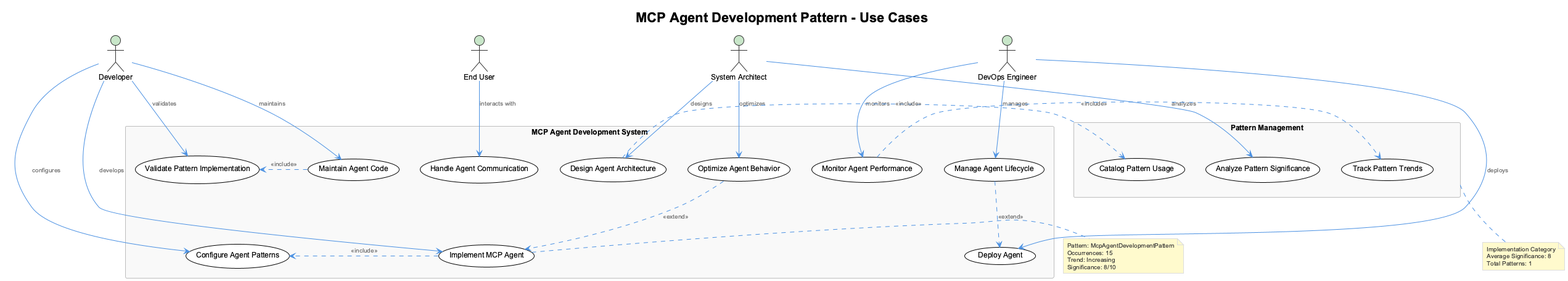
Above: knowledge-management/insights/images/mcp-agent-development-pattern-use-cases.png in fwornle/coding (PlantUML), before the change. The source it was exported from:
```plantuml
@startuml
!include /Users/q284340/Agentic/coding/docs/puml/_standard-style.puml

title MCP Agent Development Pattern - Use Cases

actor "Developer" as dev
actor "System Architect" as arch
actor "DevOps Engineer" as devops
actor "End User" as user

rectangle "MCP Agent Development System" {
    usecase "Implement MCP Agent" as UC1
    usecase "Design Agent Architecture" as UC2
    usecase "Configure Agent Patterns" as UC3
    usecase "Deploy Agent" as UC4
    usecase "Monitor Agent Performance" as UC5
    usecase "Maintain Agent Code" as UC6

    usecase "Validate Pattern Implementation" as UC7
    usecase "Optimize Agent Behavior" as UC8
    usecase "Handle Agent Communication" as UC9
    usecase "Manage Agent Lifecycle" as UC10
}

rectangle "Pattern Management" {
    usecase "Catalog Pattern Usage" as UC11
    usecase "Track Pattern Trends" as UC12
    usecase "Analyze Pattern Significance" as UC13
}

dev --> UC1 : develops
dev --> UC3 : configures
dev --> UC6 : maintains
dev --> UC7 : validates

arch --> UC2 : designs
arch --> UC8 : optimizes
arch --> UC13 : analyzes

devops --> UC4 : deploys
devops --> UC5 : monitors
devops --> UC10 : manages

user --> UC9 : interacts with

UC1 .> UC3 : <<include>>
UC2 .> UC11 : <<include>>
UC5 .> UC12 : <<include>>
UC6 .> UC7 : <<include>>

UC8 ..> UC1 : <<extend>>
UC10 ..> UC4 : <<extend>>

note right of UC1
  Pattern: McpAgentDevelopmentPattern
  Occurrences: 15
  Trend: Increasing
  Significance: 8/10
end note

note bottom of "Pattern Management"
  Implementation Category
  Average Significance: 8
  Total Patterns: 1
end note

@enduml
```
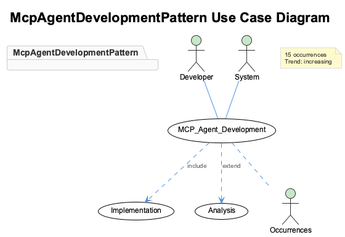
The same file after the commit.

The edit, as a diff of the source:
```diff
@@ -1,67 +1,31 @@
 @startuml
 !include /Users/q284340/Agentic/coding/docs/puml/_standard-style.puml
 
-title MCP Agent Development Pattern - Use Cases
+title McpAgentDevelopmentPattern Use Case Diagram
 
-actor "Developer" as dev
-actor "System Architect" as arch
-actor "DevOps Engineer" as devops
-actor "End User" as user
+actor Developer as "Developer"
+actor System as "System"
 
-rectangle "MCP Agent Development System" {
-    usecase "Implement MCP Agent" as UC1
-    usecase "Design Agent Architecture" as UC2
-    usecase "Configure Agent Patterns" as UC3
-    usecase "Deploy Agent" as UC4
-    usecase "Monitor Agent Performance" as UC5
-    usecase "Maintain Agent Code" as UC6
+usecase "MCP Agent Development" as (MCP_Agent_Development)
+usecase "Implementation" as (Implementation)
+usecase "Analysis" as (Analysis)
 
-    usecase "Validate Pattern Implementation" as UC7
-    usecase "Optimize Agent Behavior" as UC8
-    usecase "Handle Agent Communication" as UC9
-    usecase "Manage Agent Lifecycle" as UC10
+Developer -- (MCP_Agent_Development)
+System -- (MCP_Agent_Development)
+
+(MCP_Agent_Development) ..> (Implementation) : include
+(MCP_Agent_Development) ..> (Analysis) : extend
+
+package "McpAgentDevelopmentPattern" {
+  (MCP_Agent_Development)
+  (Implementation)
+  (Analysis)
 }
 
-rectangle "Pattern Management" {
-    usecase "Catalog Pattern Usage" as UC11
-    usecase "Track Pattern Trends" as UC12
-    usecase "Analyze Pattern Significance" as UC13
-}
-
-dev --> UC1 : develops
-dev --> UC3 : configures
-dev --> UC6 : maintains
-dev --> UC7 : validates
-
-arch --> UC2 : designs
-arch --> UC8 : optimizes
-arch --> UC13 : analyzes
-
-devops --> UC4 : deploys
-devops --> UC5 : monitors
-devops --> UC10 : manages
-
-user --> UC9 : interacts with
-
-UC1 .> UC3 : <<include>>
-UC2 .> UC11 : <<include>>
-UC5 .> UC12 : <<include>>
-UC6 .> UC7 : <<include>>
-
-UC8 ..> UC1 : <<extend>>
-UC10 ..> UC4 : <<extend>>
-
-note right of UC1
-  Pattern: McpAgentDevelopmentPattern
-  Occurrences: 15
-  Trend: Increasing
-  Significance: 8/10
+note as AutoNote1
+  15 occurrences
+  Trend: increasing
 end note
-
-note bottom of "Pattern Management"
-  Implementation Category
-  Average Significance: 8
-  Total Patterns: 1
-end note
+(MCP_Agent_Development) .. Occurrences
 
 @enduml
```
